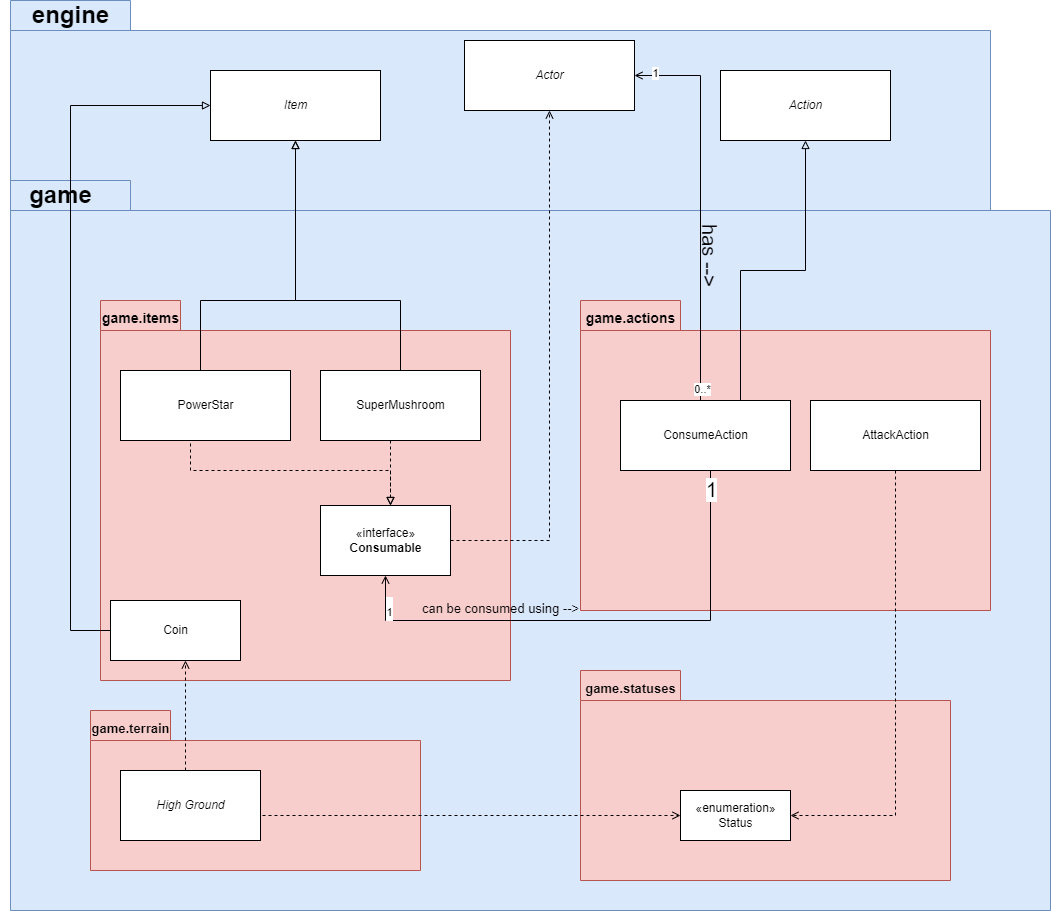
The draw.io diagram docs/REQ4 UML Diagram by Andy.png in IvanChann/Mario...., before a commit. Source tidied: cells renumbered, new cells last; positions are measured from the earlier drawing's top-left corner, leaving out a move shared by most shapes.
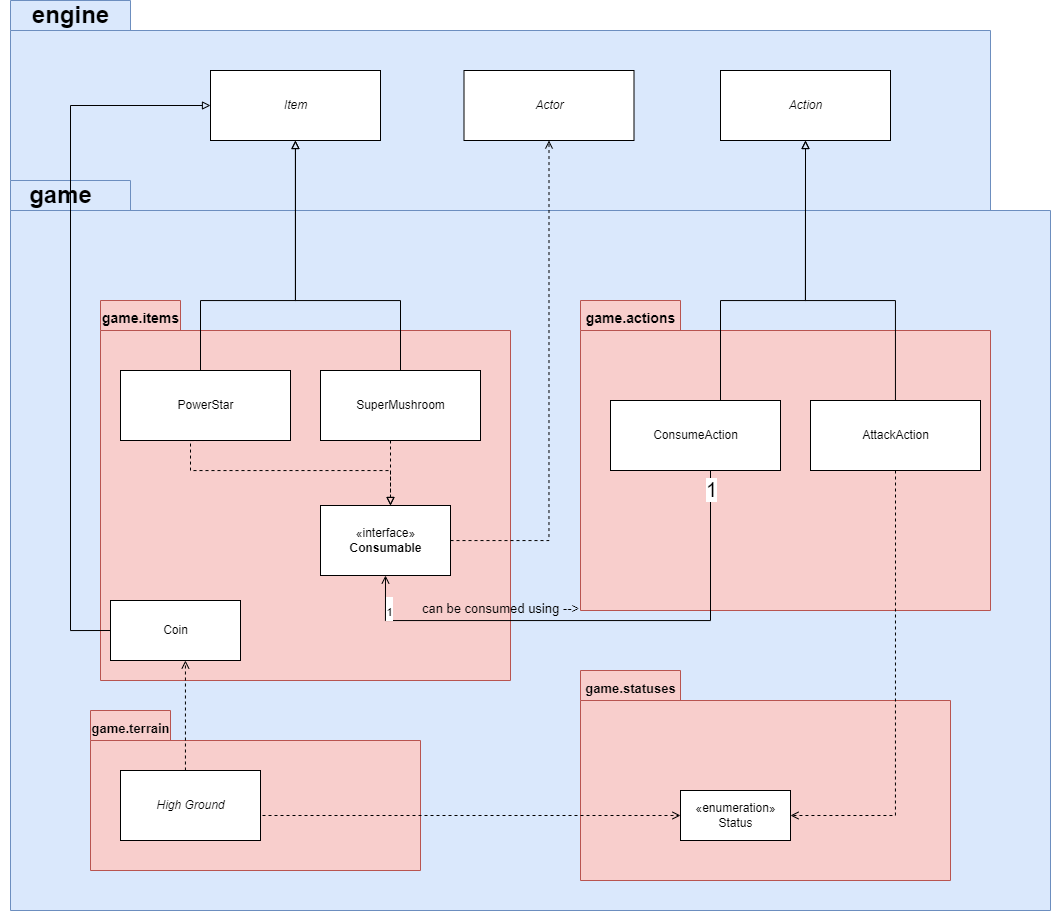
The same file after the commit.

Commit message:
Updated REQ4 UML Diagram and documentation slightly to match the code implementation

Change to the diagram source:
```diff
@@ -77,24 +77,11 @@
     <mxCell id="19" style="edgeStyle=orthogonalEdgeStyle;rounded=0;jettySize=auto;html=1;entryX=0.5;entryY=1;entryDx=0;entryDy=0;endArrow=block;endFill=0;" parent="1" edge="1" source="26" target="27">
       <mxGeometry relative="1" as="geometry">
         <Array as="points">
-          <mxPoint x="740" y="270" />
-          <mxPoint x="805" y="270" />
+          <mxPoint x="720" y="300" />
+          <mxPoint x="805" y="300" />
         </Array>
       </mxGeometry>
     </mxCell>
-    <mxCell id="20" style="edgeStyle=orthogonalEdgeStyle;rounded=0;jettySize=auto;html=1;entryX=1;entryY=0.5;entryDx=0;entryDy=0;endArrow=open;endFill=0;" parent="1" edge="1" source="26" target="28">
-      <mxGeometry relative="1" as="geometry">
-        <Array as="points">
-          <mxPoint x="700" y="75" />
-        </Array>
-      </mxGeometry>
-    </mxCell>
-    <mxCell id="21" value="1" style="edgeLabel;html=1;align=center;verticalAlign=middle;" parent="20" vertex="1">
-      <mxGeometry x="0.9" y="-3" relative="1" as="geometry" />
-    </mxCell>
-    <mxCell id="22" value="0..*" style="edgeLabel;html=1;align=center;verticalAlign=middle;" parent="20" vertex="1">
-      <mxGeometry x="-0.94" y="-1" relative="1" as="geometry" />
-    </mxCell>
     <mxCell id="23" style="edgeStyle=orthogonalEdgeStyle;rounded=0;jettySize=auto;html=1;entryX=0.5;entryY=1;entryDx=0;entryDy=0;fontSize=20;endArrow=open;endFill=0;" parent="1" edge="1" source="26" target="17">
       <mxGeometry relative="1" as="geometry">
         <Array as="points">
@@ -110,13 +97,13 @@
       <mxGeometry x="-0.93" relative="1" as="geometry" />
     </mxCell>
     <mxCell id="26" value="ConsumeAction" style="html=1;" parent="1" vertex="1">
-      <mxGeometry x="620" y="400" width="170" height="70" as="geometry" />
+      <mxGeometry x="610" y="400" width="170" height="70" as="geometry" />
     </mxCell>
     <mxCell id="27" value="&lt;i&gt;Action&lt;/i&gt;" style="html=1;" parent="1" vertex="1">
       <mxGeometry x="720" y="70" width="170" height="70" as="geometry" />
     </mxCell>
     <mxCell id="28" value="&lt;i&gt;Actor&lt;/i&gt;" style="html=1;" parent="1" vertex="1">
-      <mxGeometry x="464" y="40" width="170" height="70" as="geometry" />
+      <mxGeometry x="463.5" y="70" width="170" height="70" as="geometry" />
     </mxCell>
     <mxCell id="29" style="edgeStyle=orthogonalEdgeStyle;rounded=0;jettySize=auto;html=1;endArrow=block;endFill=0;exitX=0;exitY=0.5;exitDx=0;exitDy=0;" parent="1" edge="1" source="30" target="11">
       <mxGeometry relative="1" as="geometry">
@@ -165,12 +152,17 @@
     <mxCell id="39" style="edgeStyle=orthogonalEdgeStyle;rounded=0;jettySize=auto;html=1;entryX=1;entryY=0.5;entryDx=0;entryDy=0;exitX=0.5;exitY=1;exitDx=0;exitDy=0;endArrow=open;endFill=0;dashed=1;" parent="1" edge="1" source="40" target="38">
       <mxGeometry relative="1" as="geometry" />
     </mxCell>
+    <mxCell id="43" style="edgeStyle=orthogonalEdgeStyle;rounded=0;jettySize=auto;html=1;entryX=0.5;entryY=1;entryDx=0;entryDy=0;endArrow=block;endFill=0;" parent="1" edge="1" source="40" target="27">
+      <mxGeometry relative="1" as="geometry">
+        <Array as="points">
+          <mxPoint x="895" y="300" />
+          <mxPoint x="805" y="300" />
+        </Array>
+      </mxGeometry>
+    </mxCell>
     <mxCell id="40" value="AttackAction" style="html=1;" parent="1" vertex="1">
       <mxGeometry x="810" y="400" width="170" height="70" as="geometry" />
     </mxCell>
-    <mxCell id="41" value="&lt;span style=&quot;font-weight: normal&quot;&gt;&lt;font style=&quot;font-size: 20px&quot;&gt;has --&amp;gt;&lt;/font&gt;&lt;/span&gt;" style="text;strokeColor=none;fillColor=none;html=1;fontSize=24;fontStyle=1;verticalAlign=middle;align=center;rotation=90;strokeWidth=3;" parent="1" vertex="1">
-      <mxGeometry x="670" y="250" width="80" height="10" as="geometry" />
-    </mxCell>
     <mxCell id="42" value="&lt;span style=&quot;font-weight: normal&quot;&gt;&lt;font style=&quot;font-size: 13px&quot;&gt;can be consumed using --&amp;gt;&lt;/font&gt;&lt;/span&gt;" style="text;strokeColor=none;fillColor=none;html=1;fontSize=24;fontStyle=1;verticalAlign=middle;align=center;rotation=0;strokeWidth=3;" parent="1" vertex="1">
       <mxGeometry x="420" y="590" width="160" height="30" as="geometry" />
     </mxCell>
```
